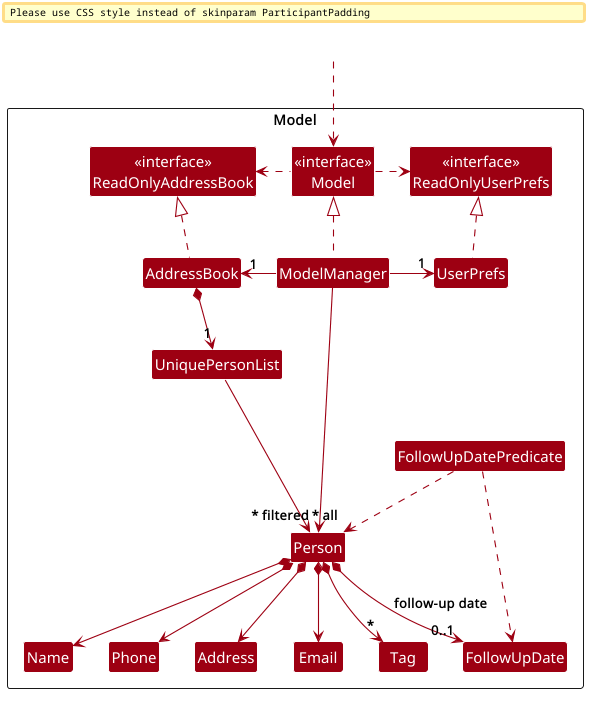
AY2627S1-CS2103T-F12-2/tp keeps this PlantUML diagram as docs/diagrams/ModelClassDiagram.png. Above is the earlier version.
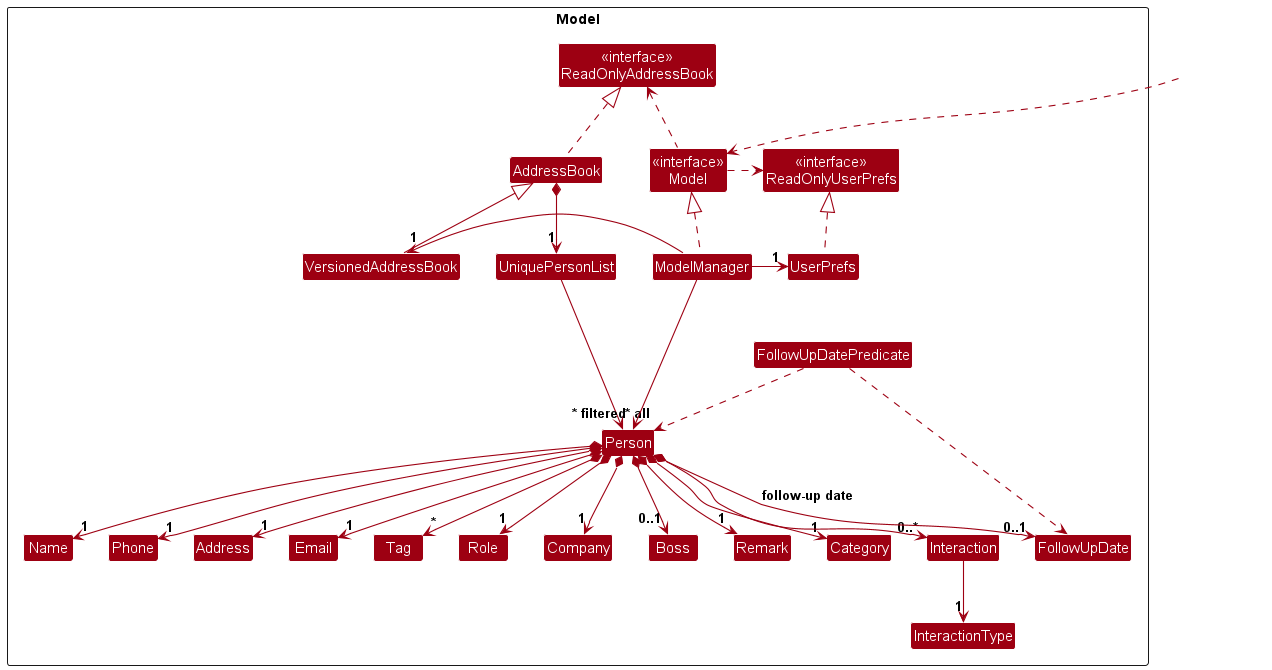
Later version of the same file.

Commit message:
Edit UML diagram

What changed in the source:
```diff
@@ -9,6 +9,7 @@
 Class "<<interface>>\nReadOnlyUserPrefs" as ReadOnlyUserPrefs
 Class "<<interface>>\nModel" as Model
 Class AddressBook
+Class VersionedAddressBook
 Class ModelManager
 Class UserPrefs
 
@@ -19,6 +20,13 @@
 Class Name
 Class Phone
 Class Tag
+Class Role
+Class Company
+Class Boss
+Class Remark
+Class Category
+Class Interaction
+Class InteractionType
 Class FollowUpDate
 Class FollowUpDatePredicate
 
@@ -33,18 +41,27 @@
 ModelManager .up.|> Model
 Model .right.> ReadOnlyUserPrefs
 Model .left.> ReadOnlyAddressBook
-ModelManager -left-> "1" AddressBook
+ModelManager -left-> "1" VersionedAddressBook
 ModelManager -right-> "1" UserPrefs
 UserPrefs .up.|> ReadOnlyUserPrefs
+VersionedAddressBook -up-|> AddressBook
 
 AddressBook *--> "1" UniquePersonList
 UniquePersonList --> "~* all" Person
-Person *--> Name
-Person *--> Phone
-Person *--> Email
-Person *--> Address
+Person *--> "1" Name
+Person *--> "1" Phone
+Person *--> "1" Email
+Person *--> "1" Address
 Person *--> "*" Tag
+Person *--> "1" Role
+Person *--> "1" Company
+Person *--> "0..1" Boss
+Person *--> "1" Remark
+Person *--> "1" Category
+Person *--> "0..*" Interaction
 Person *--> "0..1" FollowUpDate : follow-up date
+
+Interaction --> "1" InteractionType
 
 FollowUpDatePredicate ..> FollowUpDate
 FollowUpDatePredicate ..> Person
```
